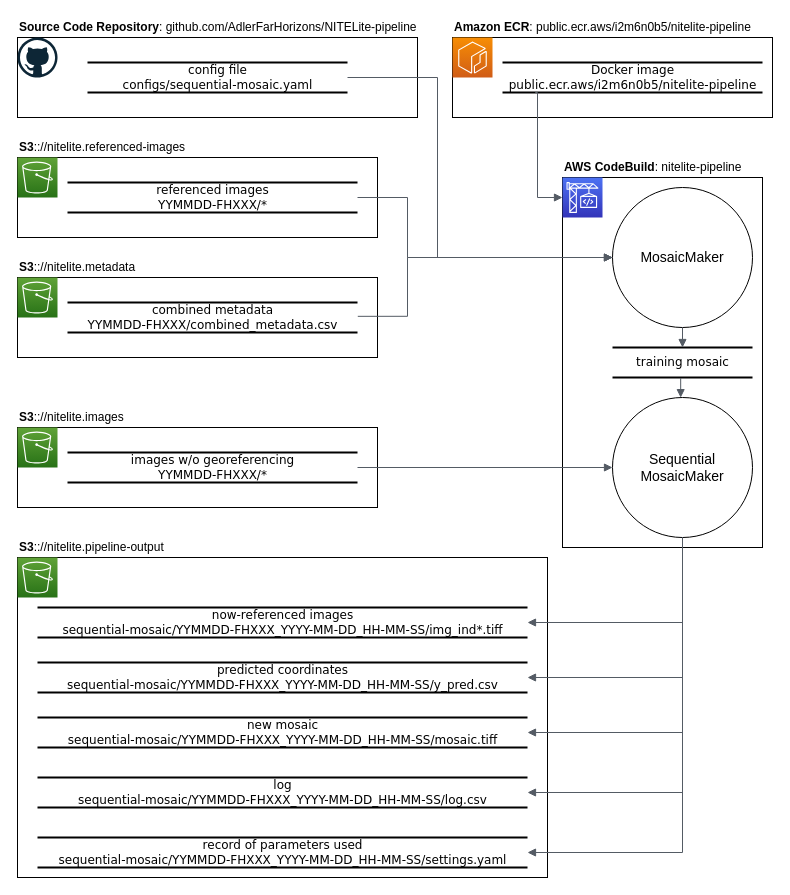
Earlier version of the draw.io diagram docs/diagrams/DFD_sequential-mosaic.drawio (AdlerFarHorizons/night-horizons-mapmaker). Source tidied: cells renumbered, new cells numbered last; positions are measured from the earlier drawing's top-left corner, leaving out a move shared by most shapes. Both pictures are drawn from the tidied source at 100%, with x=0, y=0 at pixel (17, 17).
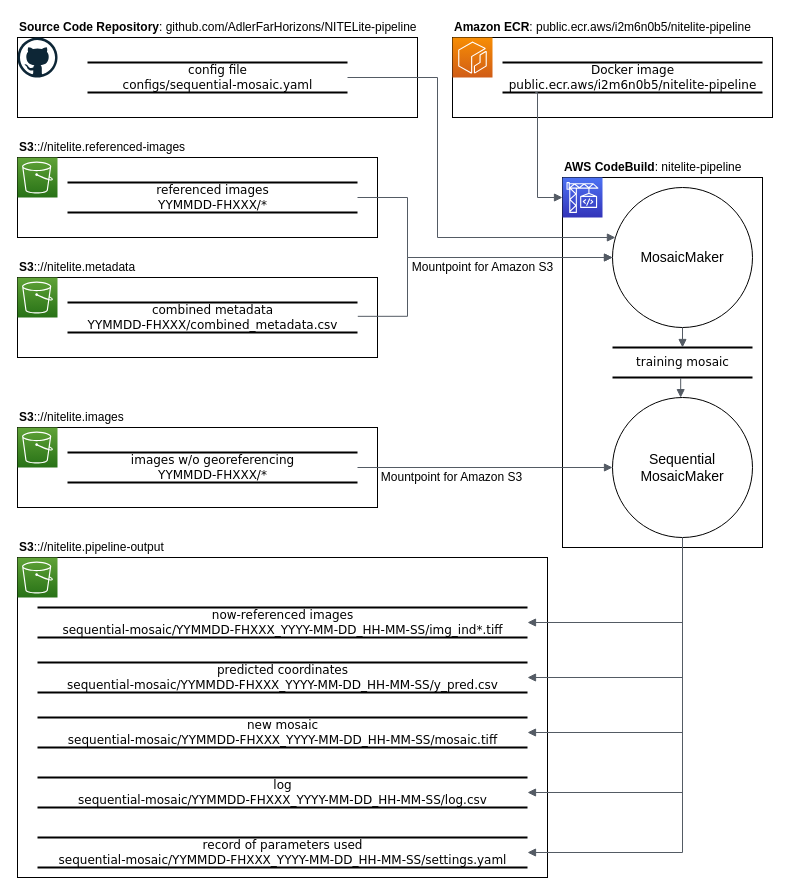
Above is the later version.

Unchanged cells that the change refers to:
```xml
<mxCell id="18" value="config file&lt;br&gt;configs/sequential-mosaic.yaml" style="html=1;rounded=0;shadow=0;comic=0;labelBackgroundColor=none;strokeWidth=2;fontFamily=Verdana;fontSize=12;align=center;shape=mxgraph.ios7ui.horLines;" parent="1" vertex="1">
  <mxGeometry x="70" y="45" width="260" height="30" as="geometry" />
</mxCell>
<mxCell id="22" value="MosaicMaker" style="ellipse;whiteSpace=wrap;html=1;fontSize=14;" parent="1" vertex="1">
  <mxGeometry x="595" y="170" width="140" height="140" as="geometry" />
</mxCell>
```

The edit, as a diff of the source:
```diff
@@
-    <mxCell id="24" style="edgeStyle=orthogonalEdgeStyle;html=1;endArrow=block;elbow=vertical;startArrow=none;endFill=1;strokeColor=#545B64;rounded=0;fontSize=14;entryX=0;entryY=0.5;entryDx=0;entryDy=0;" parent="1" edge="1" source="18" target="22">
+    <mxCell id="24" style="edgeStyle=orthogonalEdgeStyle;html=1;endArrow=block;elbow=vertical;startArrow=none;endFill=1;strokeColor=#545B64;rounded=0;fontSize=14;" parent="1" edge="1" source="18" target="22">
       <mxGeometry relative="1" as="geometry">
         <Array as="points">
           <mxPoint x="420" y="60" />
-          <mxPoint x="420" y="240" />
+          <mxPoint x="420" y="220" />
         </Array>
       </mxGeometry>
     </mxCell>
@@
+    <mxCell id="49" value="Mountpoint for Amazon S3" style="text;html=1;align=center;verticalAlign=middle;strokeColor=none;fillColor=none;" parent="1" vertex="1">
+      <mxGeometry x="385" y="235" width="160" height="30" as="geometry" />
+    </mxCell>
+    <mxCell id="50" value="Mountpoint for Amazon S3" style="text;html=1;align=center;verticalAlign=middle;strokeColor=none;fillColor=none;" parent="1" vertex="1">
+      <mxGeometry x="354" y="445" width="160" height="30" as="geometry" />
+    </mxCell>
```
